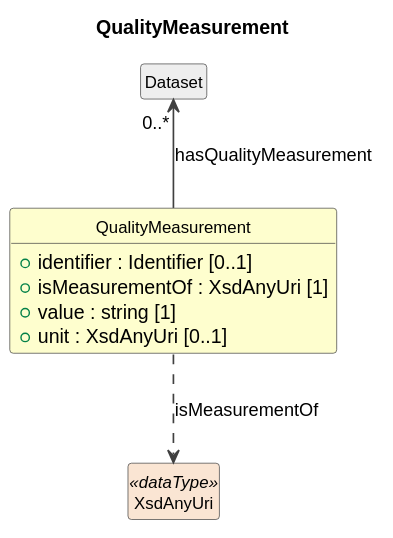
Above: cdif-uml-model/CDIFDataStructure/Classes/QualityMeasurement.svg in Cross-Domain-Interoperability-Framework/metadataBuildingBlocks (PlantUML), before the change.
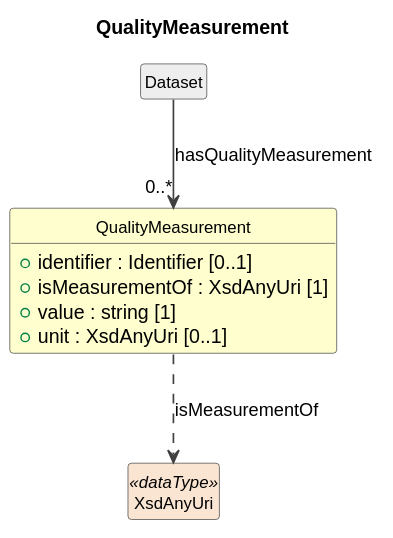
After the commit.

What changed in the source:
```diff
@@ -17,7 +17,7 @@
   +unit : XsdAnyUri [0..1]
 }
 class "Dataset" as Dataset #EEEEEE
-Dataset "0..*" <-- QualityMeasurement : hasQualityMeasurement
+Dataset --> "0..*" QualityMeasurement : hasQualityMeasurement
 class "XsdAnyUri" as XsdAnyUri <<dataType>> #FAE5D3
 QualityMeasurement ..> XsdAnyUri : isMeasurementOf
 @enduml
```
